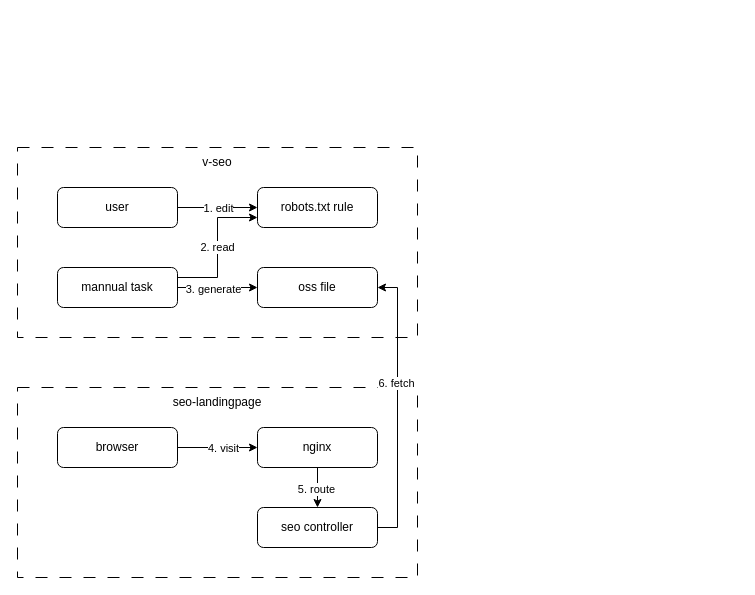
The draw.io diagram drawio/robotstxt.drawio in VisableHarry/seo-drawio, before the edit. Source tidied: cells renumbered, new cells numbered last; positions are measured from the earlier drawing's top-left corner, leaving out a move shared by most shapes. Both pictures are drawn from the tidied source at 100%, with x=0, y=0 at pixel (17, 147).
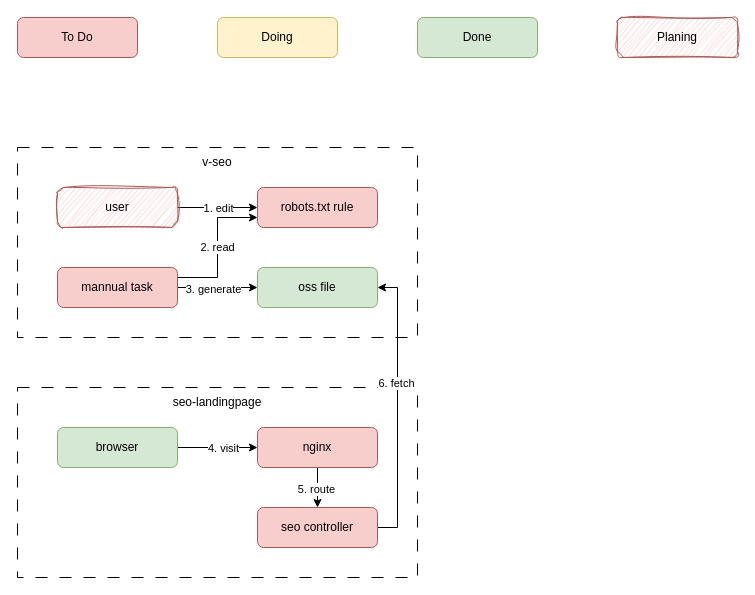
The same diagram, later.

What changed in the source:
```diff
@@
-    <mxCell id="8" value="mannual task" style="rounded=1;whiteSpace=wrap;html=1;" parent="1" vertex="1">
+    <mxCell id="8" value="mannual task" style="rounded=1;whiteSpace=wrap;html=1;fillColor=#f8cecc;strokeColor=#b85450;" parent="1" vertex="1">
       <mxGeometry x="40" y="120" width="120" height="40" as="geometry" />
     </mxCell>
-    <mxCell id="9" value="robots.txt rule" style="rounded=1;whiteSpace=wrap;html=1;" parent="1" vertex="1">
+    <mxCell id="9" value="robots.txt rule" style="rounded=1;whiteSpace=wrap;html=1;fillColor=#f8cecc;strokeColor=#b85450;" parent="1" vertex="1">
       <mxGeometry x="240" y="40" width="120" height="40" as="geometry" />
     </mxCell>
-    <mxCell id="10" value="oss file" style="rounded=1;whiteSpace=wrap;html=1;" parent="1" vertex="1">
+    <mxCell id="10" value="oss file" style="rounded=1;whiteSpace=wrap;html=1;fillColor=#d5e8d4;strokeColor=#82b366;" parent="1" vertex="1">
       <mxGeometry x="240" y="120" width="120" height="40" as="geometry" />
     </mxCell>
@@
-    <mxCell id="13" value="user" style="rounded=1;whiteSpace=wrap;html=1;" parent="1" vertex="1">
+    <mxCell id="13" value="user" style="rounded=1;whiteSpace=wrap;html=1;fillColor=#f8cecc;strokeColor=#b85450;sketch=1;curveFitting=1;jiggle=2;" parent="1" vertex="1">
       <mxGeometry x="40" y="40" width="120" height="40" as="geometry" />
     </mxCell>
@@
-    <mxCell id="16" value="browser" style="rounded=1;whiteSpace=wrap;html=1;" parent="1" vertex="1">
+    <mxCell id="16" value="browser" style="rounded=1;whiteSpace=wrap;html=1;fillColor=#d5e8d4;strokeColor=#82b366;" parent="1" vertex="1">
       <mxGeometry x="40" y="280" width="120" height="40" as="geometry" />
     </mxCell>
@@
-    <mxCell id="19" value="nginx" style="rounded=1;whiteSpace=wrap;html=1;" parent="1" vertex="1">
+    <mxCell id="19" value="nginx" style="rounded=1;whiteSpace=wrap;html=1;fillColor=#f8cecc;strokeColor=#b85450;" parent="1" vertex="1">
       <mxGeometry x="240" y="280" width="120" height="40" as="geometry" />
     </mxCell>
@@
-    <mxCell id="22" value="seo controller" style="rounded=1;whiteSpace=wrap;html=1;" parent="1" vertex="1">
+    <mxCell id="22" value="seo controller" style="rounded=1;whiteSpace=wrap;html=1;fillColor=#f8cecc;strokeColor=#b85450;" parent="1" vertex="1">
       <mxGeometry x="240" y="360" width="120" height="40" as="geometry" />
     </mxCell>
@@
+    <mxCell id="25" value="Doing" style="rounded=1;whiteSpace=wrap;html=1;fillColor=#fff2cc;strokeColor=#d6b656;" parent="1" vertex="1">
+      <mxGeometry x="200" y="-130" width="120" height="40" as="geometry" />
+    </mxCell>
+    <mxCell id="26" value="To Do" style="rounded=1;whiteSpace=wrap;html=1;fillColor=#f8cecc;strokeColor=#b85450;" parent="1" vertex="1">
+      <mxGeometry y="-130" width="120" height="40" as="geometry" />
+    </mxCell>
+    <mxCell id="27" value="Done" style="rounded=1;whiteSpace=wrap;html=1;fillColor=#d5e8d4;strokeColor=#82b366;" parent="1" vertex="1">
+      <mxGeometry x="400" y="-130" width="120" height="40" as="geometry" />
+    </mxCell>
+    <mxCell id="28" value="Planing" style="rounded=1;whiteSpace=wrap;html=1;align=center;fillColor=#f8cecc;strokeColor=#b85450;sketch=1;curveFitting=1;jiggle=2;" parent="1" vertex="1">
+      <mxGeometry x="600" y="-130" width="120" height="40" as="geometry" />
+    </mxCell>
```
